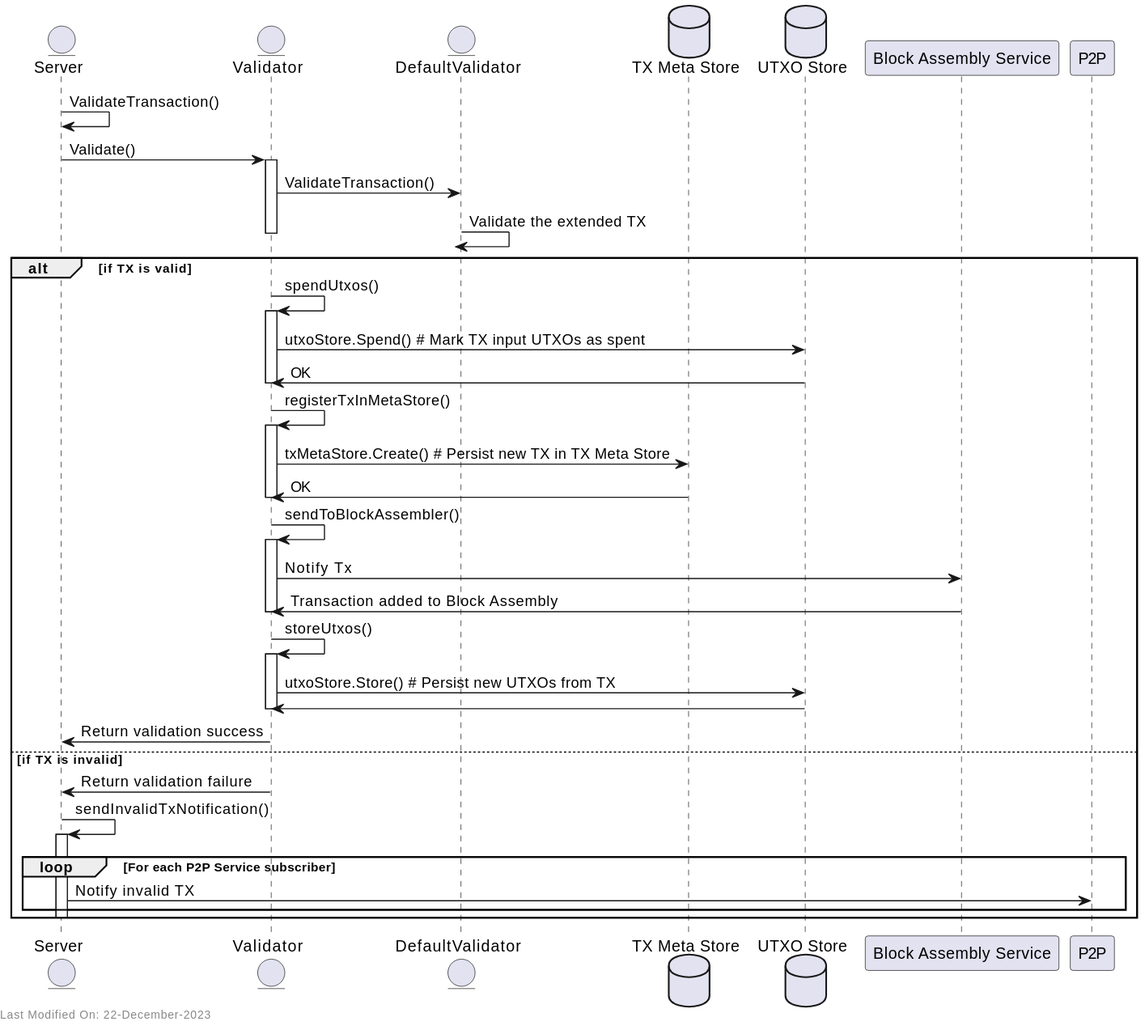
This is docs/services/img/plantuml/validator/tx_validation_post_process.svg from freemans13/teranode, a PlantUML export, as it was before one commit. Its source is kept beside it as docs/services/img/plantuml/validator/tx_validation_post_process.puml.
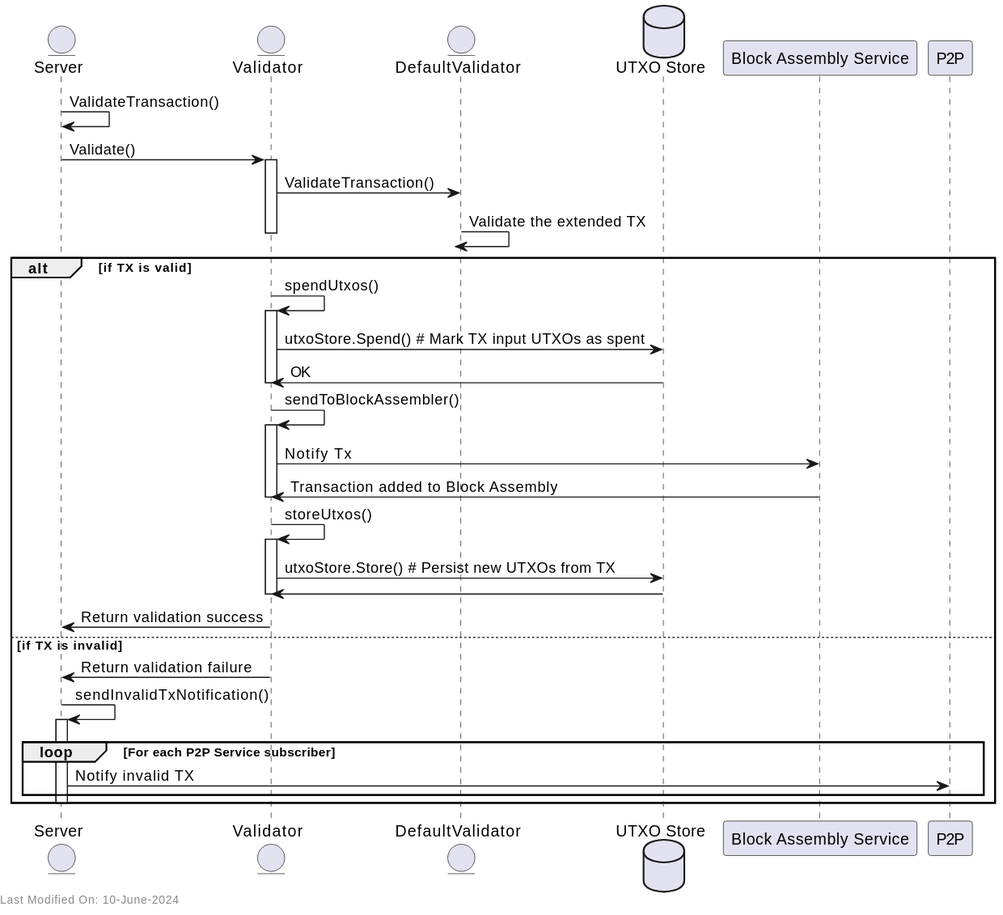
Above is the later version.

Commit message:
Documentation - UTXO Maps - Updated TX Validator documentation

The edit, as a diff of the source:
```diff
@@ -2,7 +2,6 @@
 entity "Server" as Server
 entity "Validator" as Validator
 entity "DefaultValidator" as DefaultValidator
-database "TX Meta Store" as TXMetaStore
 database "UTXO Store" as UTXOStore
 participant "Block Assembly Service" as BlockAssembly
 participant P2P
@@ -24,12 +23,6 @@
     UTXOStore -> Validator: OK
     deactivate Validator
 
-    Validator -> Validator: registerTxInMetaStore()
-    activate Validator
-    Validator -> TXMetaStore: txMetaStore.Create() # Persist new TX in TX Meta Store
-    TXMetaStore -> Validator: OK
-
-    deactivate Validator
 
     Validator -> Validator: sendToBlockAssembler()
     activate Validator
@@ -60,6 +53,6 @@
     deactivate Server
 end
 
-left footer Last Modified On: 22-December-2023
+left footer Last Modified On: 10-June-2024
 
 @enduml
```
